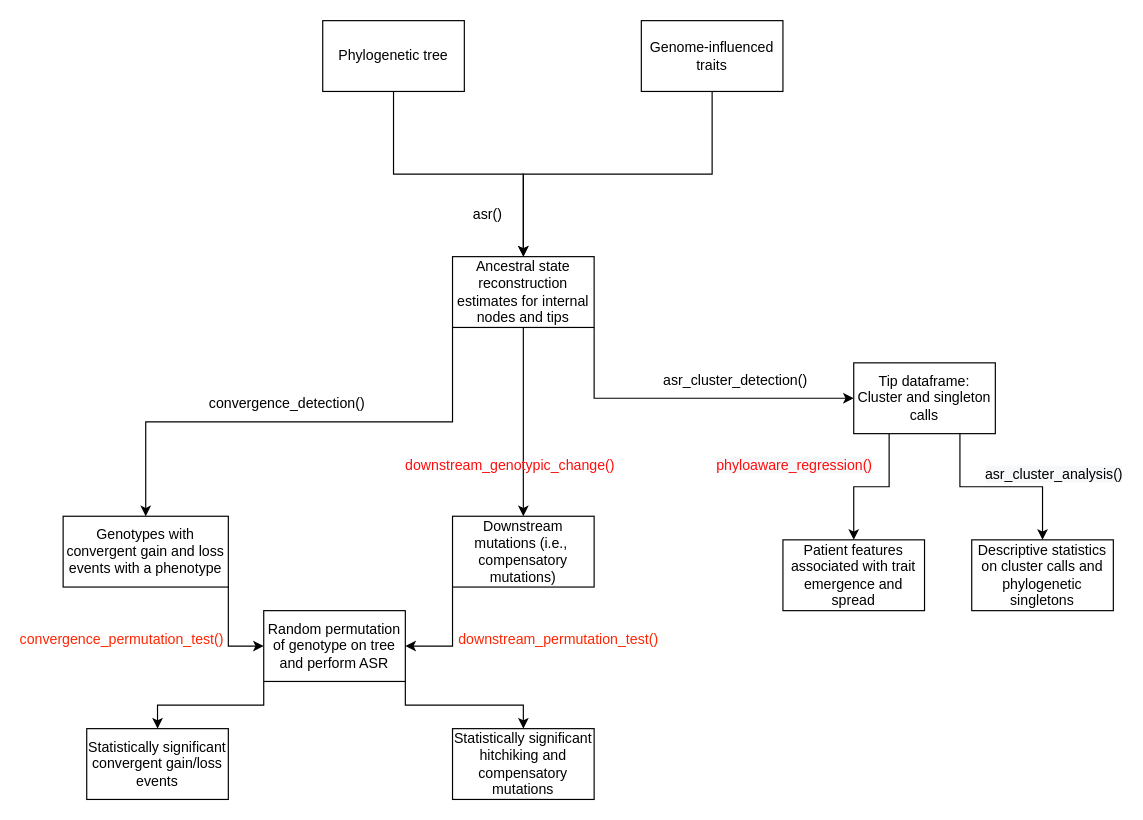
The draw.io diagram Phylosuite.drawio in kylegontjes/phyloAMR, before the edit. Source tidied: cells renumbered, new cells numbered last; positions are measured from the earlier drawing's top-left corner, leaving out a move shared by most shapes. Both pictures are drawn from the tidied source at 118%, with x=0, y=0 at pixel (63, 20).
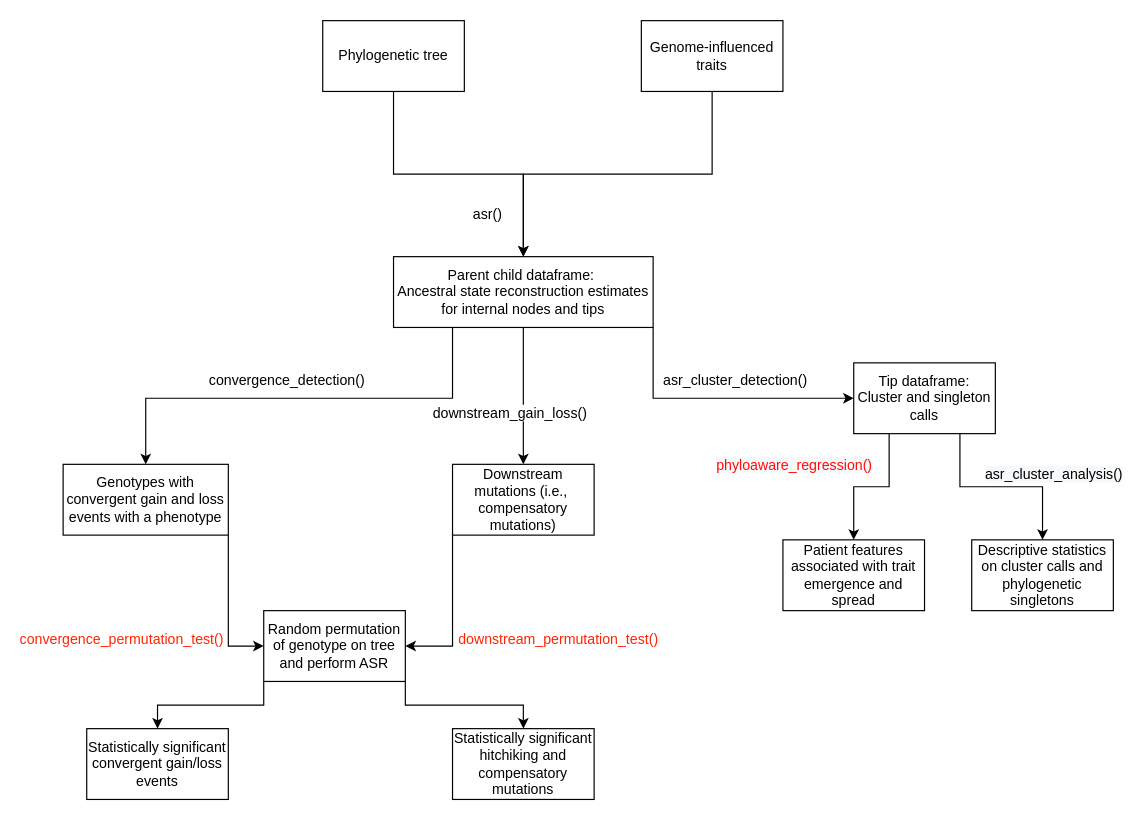
The same diagram, later.

Commit message:
Update Phylosuite.drawio to reflect recent functions created

What changed in the source:
```diff
@@
     <mxCell id="5" style="edgeStyle=orthogonalEdgeStyle;rounded=0;jettySize=auto;html=1;exitX=0;exitY=1;exitDx=0;exitDy=0;" parent="1" edge="1" source="7" target="12">
-      <mxGeometry relative="1" as="geometry" />
+      <mxGeometry relative="1" as="geometry">
+        <Array as="points">
+          <mxPoint x="330" y="320" />
+          <mxPoint x="70" y="320" />
+        </Array>
+      </mxGeometry>
     </mxCell>
@@
-    <mxCell id="7" value="Ancestral state reconstruction estimates for internal nodes and tips" style="rounded=0;whiteSpace=wrap;html=1;" parent="1" vertex="1">
-      <mxGeometry x="330" y="200" width="120" height="60" as="geometry" />
+    <mxCell id="7" value="Parent child dataframe:&amp;nbsp;&lt;div&gt;Ancestral state reconstruction estimates for internal nodes and tips&lt;/div&gt;" style="rounded=0;whiteSpace=wrap;html=1;" parent="1" vertex="1">
+      <mxGeometry x="280" y="200" width="220" height="60" as="geometry" />
     </mxCell>
@@
     <mxCell id="12" value="Genotypes with convergent gain and loss events with a phenotype" style="rounded=0;whiteSpace=wrap;html=1;textDirection=ltr;horizontal=1;verticalAlign=middle;" parent="1" vertex="1">
-      <mxGeometry y="420" width="140" height="60" as="geometry" />
+      <mxGeometry y="376" width="140" height="60" as="geometry" />
     </mxCell>
     <mxCell id="13" value="&lt;span style=&quot;text-align: start; background-color: rgb(255, 255, 255);&quot;&gt;&lt;font style=&quot;color: rgb(0, 0, 0);&quot; face=&quot;Helvetica&quot;&gt;convergence_detection()&lt;/font&gt;&lt;/span&gt;" style="text;strokeColor=none;align=center;fillColor=none;html=1;verticalAlign=middle;whiteSpace=wrap;rounded=0;fontColor=#FF0000;" parent="1" vertex="1">
-      <mxGeometry x="160" y="310" width="60" height="30" as="geometry" />
+      <mxGeometry x="160" y="290" width="60" height="30" as="geometry" />
     </mxCell>
@@
     <mxCell id="17" value="Downstream mutations (i.e.,&amp;nbsp; compensatory mutations)" style="whiteSpace=wrap;html=1;" parent="1" vertex="1">
-      <mxGeometry x="330" y="420" width="120" height="60" as="geometry" />
+      <mxGeometry x="330" y="376" width="120" height="60" as="geometry" />
     </mxCell>
-    <mxCell id="18" value="&lt;div style=&quot;text-align: start;&quot;&gt;&lt;span style=&quot;background-color: transparent;&quot;&gt;downstream_genotypic_change()&lt;/span&gt;&lt;/div&gt;" style="text;strokeColor=none;align=center;fillColor=none;html=1;verticalAlign=middle;whiteSpace=wrap;rounded=0;fontColor=#FF0C0C;" parent="1" vertex="1">
-      <mxGeometry x="349" y="362" width="60" height="30" as="geometry" />
+    <mxCell id="18" value="&lt;div style=&quot;text-align: start;&quot;&gt;&lt;font style=&quot;background-color: light-dark(rgb(255, 255, 255), rgb(255, 138, 138)); color: rgb(0, 0, 0);&quot;&gt;downstream_gain_loss()&lt;/font&gt;&lt;/div&gt;" style="text;strokeColor=none;align=center;fillColor=none;html=1;verticalAlign=middle;whiteSpace=wrap;rounded=0;fontColor=#FF0C0C;" parent="1" vertex="1">
+      <mxGeometry x="349" y="318" width="60" height="30" as="geometry" />
     </mxCell>
```
